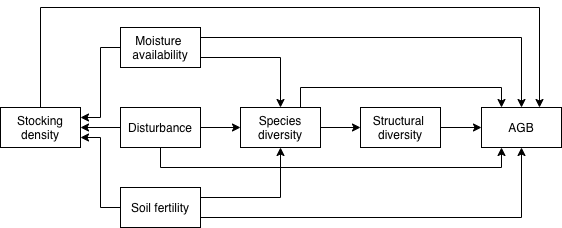
Above: manuscript/img/concept.png in johngodlee/southern_african_befr (draw.io), before the change. Source tidied: cells renumbered, new cells last; positions are measured from the earlier drawing's top-left corner, leaving out a move shared by most shapes.
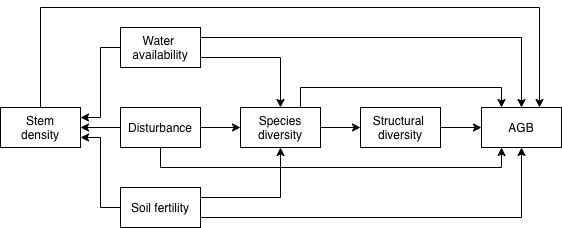
The same diagram one commit later.

Diff of the diagram source:
```diff
@@ -11,7 +11,7 @@
     <mxCell id="4" style="edgeStyle=orthogonalEdgeStyle;rounded=0;jettySize=auto;html=1;exitX=1;exitY=0.75;exitDx=0;exitDy=0;entryX=0.5;entryY=0;entryDx=0;entryDy=0;fontStyle=0;" parent="1" edge="1" source="5" target="16">
       <mxGeometry relative="1" as="geometry" />
     </mxCell>
-    <mxCell id="5" value="Moisture &lt;br&gt;availability" style="rounded=1;whiteSpace=wrap;html=1;fontSize=12;glass=0;strokeWidth=1;shadow=0;arcSize=0;align=center;fontStyle=0;" parent="1" vertex="1">
+    <mxCell id="5" value="Water&amp;nbsp;&lt;br&gt;availability" style="rounded=1;whiteSpace=wrap;html=1;fontSize=12;glass=0;strokeWidth=1;shadow=0;arcSize=0;align=center;fontStyle=0;" parent="1" vertex="1">
       <mxGeometry x="120" y="20" width="80" height="40" as="geometry" />
     </mxCell>
     <mxCell id="6" style="edgeStyle=orthogonalEdgeStyle;rounded=0;jettySize=auto;html=1;entryX=0.5;entryY=1;entryDx=0;entryDy=0;exitX=1;exitY=0.75;exitDx=0;exitDy=0;fontStyle=0;" parent="1" edge="1" source="9" target="19">
@@ -76,7 +76,7 @@
         </Array>
       </mxGeometry>
     </mxCell>
-    <mxCell id="21" value="Stocking density" style="rounded=1;whiteSpace=wrap;html=1;fontSize=12;glass=0;strokeWidth=1;shadow=0;arcSize=0;align=center;fontStyle=0;" parent="1" vertex="1">
+    <mxCell id="21" value="Stem&lt;br&gt;density" style="rounded=1;whiteSpace=wrap;html=1;fontSize=12;glass=0;strokeWidth=1;shadow=0;arcSize=0;align=center;fontStyle=0;" parent="1" vertex="1">
       <mxGeometry y="100" width="80" height="40" as="geometry" />
     </mxCell>
   </root>
```
